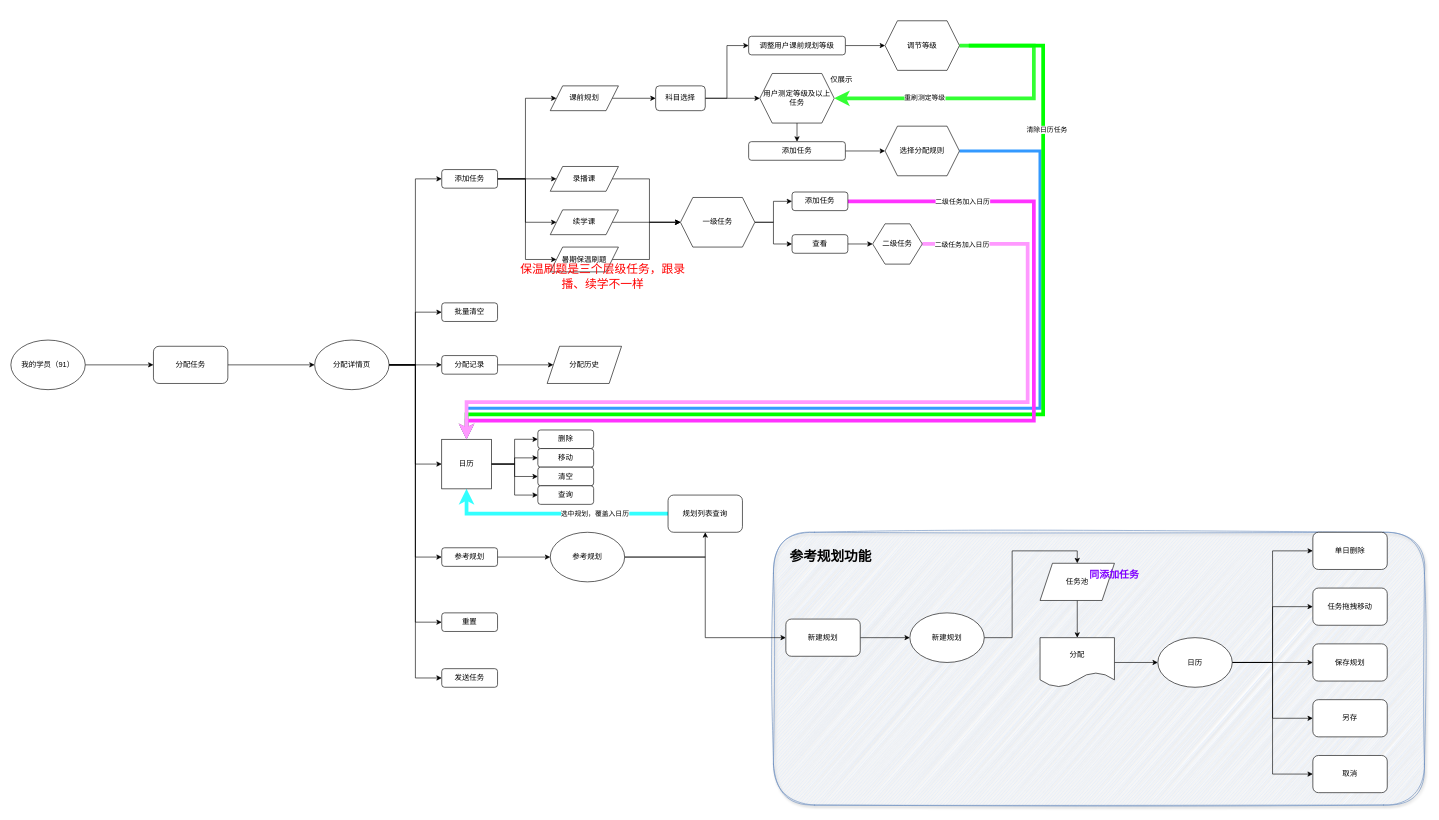
Earlier version of the draw.io diagram 自动分配任务.drawio (me-Minion/draw). Source tidied: cells renumbered, new cells numbered last; positions are measured from the earlier drawing's top-left corner, leaving out a move shared by most shapes. Both pictures are drawn from the tidied source at 62%, with x=0, y=0 at pixel (11, 20).
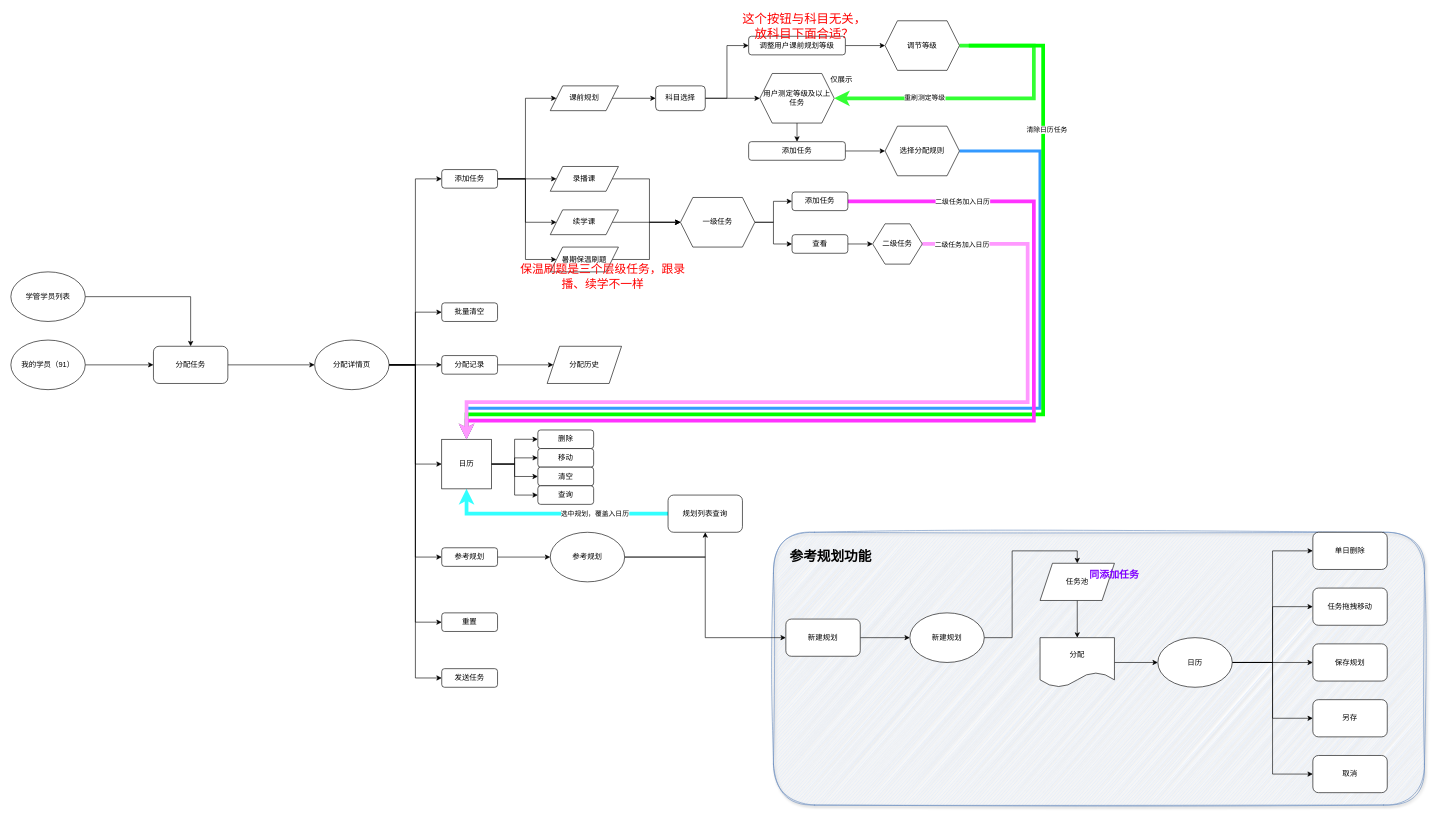
The same page after the edit.

Commit message:
更新自动分配任务.drawio

Unchanged cells that the change refers to:
```xml
<mxCell id="31" value="分配任务" style="rounded=1;whiteSpace=wrap;html=1;" parent="1" vertex="1">
  <mxGeometry x="230" y="525" width="120" height="60" as="geometry" />
</mxCell>
```

Diff of the diagram source:
```diff
@@
+    <mxCell id="101" style="edgeStyle=orthogonalEdgeStyle;rounded=0;jettySize=auto;html=1;exitX=1;exitY=0.5;exitDx=0;exitDy=0;" parent="1" edge="1" source="102" target="31">
+      <mxGeometry relative="1" as="geometry" />
+    </mxCell>
+    <mxCell id="102" value="学管学员列表" style="ellipse;whiteSpace=wrap;html=1;" parent="1" vertex="1">
+      <mxGeometry y="405" width="120" height="80" as="geometry" />
+    </mxCell>
+    <mxCell id="103" value="&lt;font style=&quot;font-size: 20px;&quot; color=&quot;#ff0000&quot;&gt;这个按钮与科目无关，放科目下面合适？&lt;/font&gt;" style="text;html=1;align=center;verticalAlign=middle;whiteSpace=wrap;rounded=0;" parent="1" vertex="1">
+      <mxGeometry x="1170" width="220" height="16" as="geometry" />
+    </mxCell>
```
